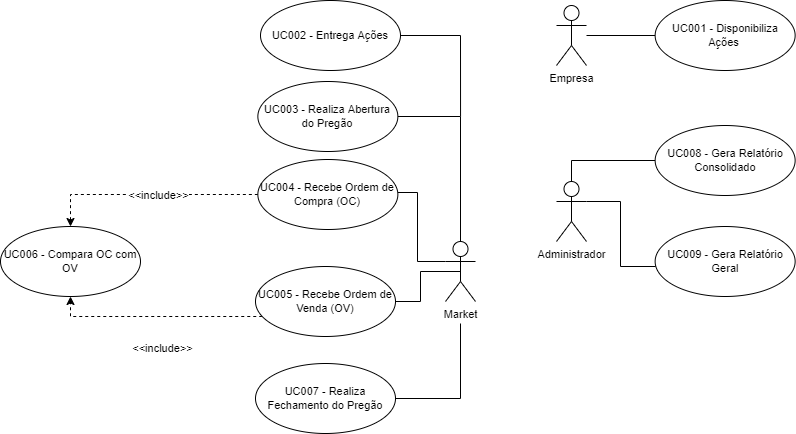
milenatteixeira/stockfei keeps this draw.io diagram as dealbroker/casos-de-uso/diagram-usecases.png. Above is the earlier version. Source tidied: cells renumbered, new cells last; positions are measured from the earlier drawing's top-left corner, leaving out a move shared by most shapes.
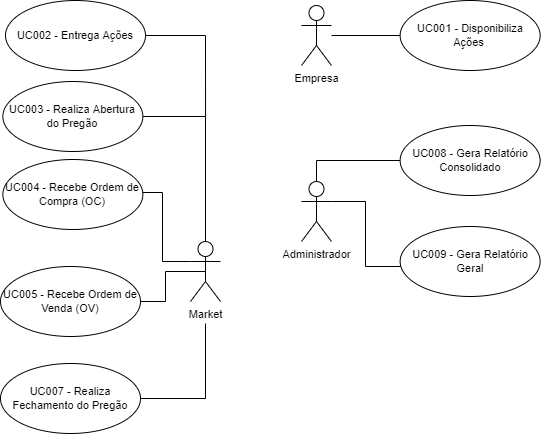
After the change.

The edit, as a diff of the source:
```diff
@@ -30,25 +30,12 @@
         </Array>
       </mxGeometry>
     </mxCell>
-    <mxCell id="9" style="edgeStyle=orthogonalEdgeStyle;rounded=0;jettySize=auto;html=1;entryX=0.5;entryY=0;entryDx=0;entryDy=0;dashed=1;" parent="1" edge="1" source="11" target="24">
-      <mxGeometry relative="1" as="geometry" />
-    </mxCell>
-    <mxCell id="10" value="&amp;lt;&amp;lt;include&amp;gt;&amp;gt;" style="edgeLabel;html=1;align=center;verticalAlign=middle;" parent="9" vertex="1">
-      <mxGeometry x="-0.09" relative="1" as="geometry" />
-    </mxCell>
     <mxCell id="11" value="UC004&amp;nbsp;- Recebe Ordem de Compra (OC)" style="ellipse;whiteSpace=wrap;html=1;hachureGap=4;fontFamily=Helvetica;fontSize=11;fontColor=default;" parent="1" vertex="1">
       <mxGeometry x="257.4" y="159" width="140" height="70" as="geometry" />
     </mxCell>
     <mxCell id="12" style="edgeStyle=orthogonalEdgeStyle;rounded=0;jettySize=auto;html=1;endArrow=none;endFill=0;entryX=0.5;entryY=0.5;entryDx=0;entryDy=0;entryPerimeter=0;" parent="1" edge="1" source="14" target="5">
       <mxGeometry relative="1" as="geometry" />
     </mxCell>
-    <mxCell id="13" style="edgeStyle=orthogonalEdgeStyle;rounded=0;jettySize=auto;html=1;entryX=0.5;entryY=1;entryDx=0;entryDy=0;dashed=1;" parent="1" edge="1" source="14" target="24">
-      <mxGeometry relative="1" as="geometry">
-        <Array as="points">
-          <mxPoint x="70" y="316" />
-        </Array>
-      </mxGeometry>
-    </mxCell>
     <mxCell id="14" value="UC005 - Recebe Ordem de Venda (OV)" style="ellipse;whiteSpace=wrap;html=1;hachureGap=4;fontFamily=Helvetica;fontSize=11;fontColor=default;" parent="1" vertex="1">
       <mxGeometry x="255" y="266" width="140" height="70" as="geometry" />
     </mxCell>
@@ -88,11 +75,5 @@
     <mxCell id="23" value="UC009 - Gera Relatório Geral" style="ellipse;whiteSpace=wrap;html=1;hachureGap=4;fontFamily=Helvetica;fontSize=11;fontColor=default;" parent="1" vertex="1">
       <mxGeometry x="654.6" y="226" width="140" height="70" as="geometry" />
     </mxCell>
-    <mxCell id="24" value="UC006 - Compara OC com OV" style="ellipse;whiteSpace=wrap;html=1;hachureGap=4;fontFamily=Helvetica;fontSize=11;fontColor=default;" parent="1" vertex="1">
-      <mxGeometry y="226" width="140" height="70" as="geometry" />
-    </mxCell>
-    <mxCell id="25" value="&amp;lt;&amp;lt;include&amp;gt;&amp;gt;" style="edgeLabel;html=1;align=center;verticalAlign=middle;" parent="1" vertex="1">
-      <mxGeometry x="161" y="348" as="geometry" />
-    </mxCell>
   </root>
 </mxGraphModel>
```
